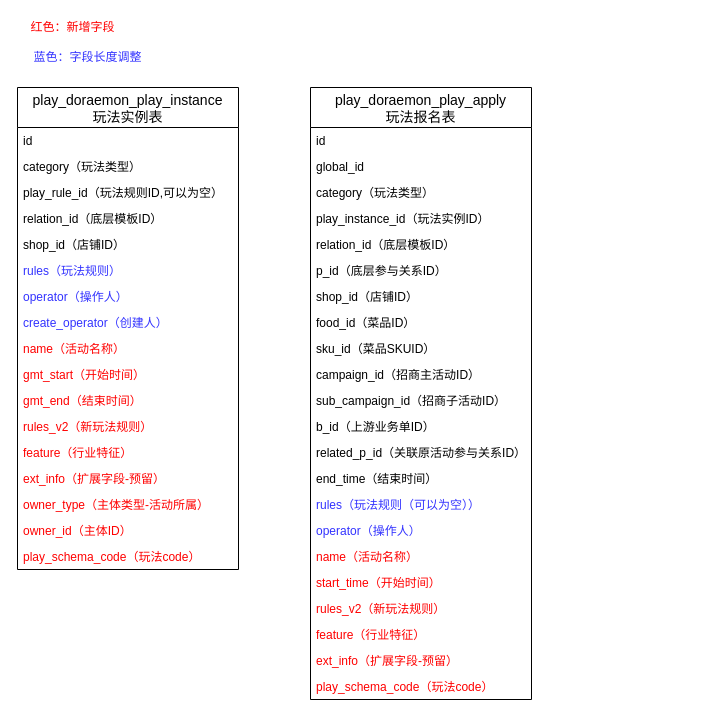
jon-kong/draw.io keeps this draw.io diagram as 营销架构升级.drawio. Above is the earlier version. Source tidied: cells renumbered, new cells numbered last; positions are measured from the earlier drawing's top-left corner, leaving out a move shared by most shapes. Both pictures are drawn from the tidied source at 100%, with x=0, y=0 at pixel (17, 17).
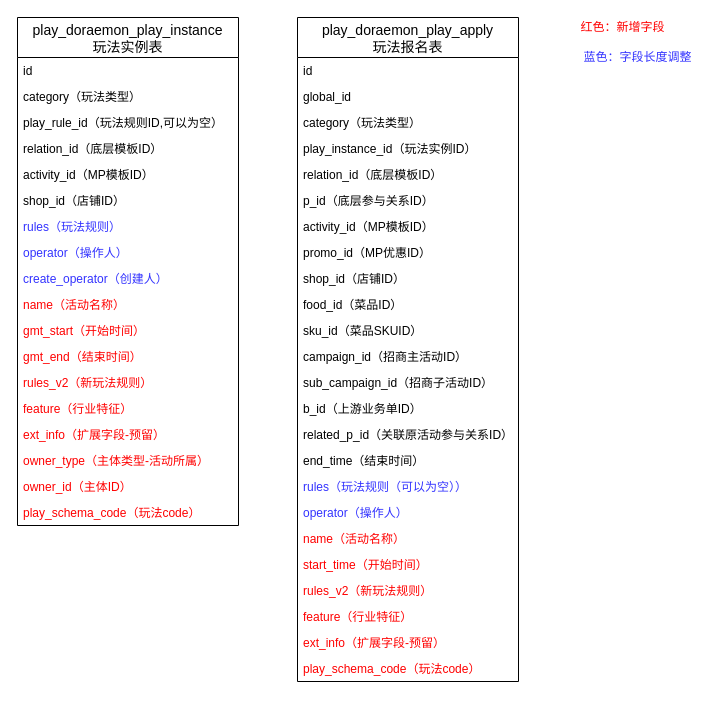
Above is the later version.

Commit message (it also covers changes not shown here):
Update 营销架构升级.drawio

Change to the diagram source:
```diff
@@
     <mxCell id="2" value="play_doraemon_play_instance&#10;玩法实例表" style="swimlane;fontStyle=0;horizontal=1;startSize=40;align=center;fontSize=14;" parent="1" vertex="1">
-      <mxGeometry y="70" width="221" height="482" as="geometry" />
+      <mxGeometry width="221" height="508" as="geometry" />
     </mxCell>
@@
+    <mxCell id="45" value="activity_id（MP模板ID）" style="text;strokeColor=none;fillColor=none;spacingLeft=4;spacingRight=4;overflow=hidden;fontSize=12;" parent="2" vertex="1">
+      <mxGeometry y="144" width="221" height="26" as="geometry" />
+    </mxCell>
     <mxCell id="7" value="shop_id（店铺ID）" style="text;strokeColor=none;fillColor=none;spacingLeft=4;spacingRight=4;overflow=hidden;fontSize=12;fontColor=#000000;" parent="2" vertex="1">
-      <mxGeometry y="144" width="221" height="26" as="geometry" />
+      <mxGeometry y="170" width="221" height="26" as="geometry" />
     </mxCell>
     <mxCell id="8" value="rules（玩法规则）" style="text;strokeColor=none;fillColor=none;spacingLeft=4;spacingRight=4;overflow=hidden;fontSize=12;fontColor=#3333FF;" parent="2" vertex="1">
-      <mxGeometry y="170" width="221" height="26" as="geometry" />
+      <mxGeometry y="196" width="221" height="26" as="geometry" />
     </mxCell>
     <mxCell id="9" value="operator（操作人）" style="text;strokeColor=none;fillColor=none;spacingLeft=4;spacingRight=4;overflow=hidden;fontSize=12;fontColor=#3333FF;" parent="2" vertex="1">
-      <mxGeometry y="196" width="221" height="26" as="geometry" />
+      <mxGeometry y="222" width="221" height="26" as="geometry" />
     </mxCell>
     <mxCell id="10" value="create_operator（创建人）" style="text;strokeColor=none;fillColor=none;spacingLeft=4;spacingRight=4;overflow=hidden;fontSize=12;fontColor=#3333FF;" parent="2" vertex="1">
-      <mxGeometry y="222" width="221" height="26" as="geometry" />
+      <mxGeometry y="248" width="221" height="26" as="geometry" />
     </mxCell>
     <mxCell id="11" value="name（活动名称）" style="text;strokeColor=none;fillColor=none;spacingLeft=4;spacingRight=4;overflow=hidden;fontSize=12;fontColor=#FF0000;" parent="2" vertex="1">
-      <mxGeometry y="248" width="221" height="26" as="geometry" />
+      <mxGeometry y="274" width="221" height="26" as="geometry" />
     </mxCell>
     <mxCell id="12" value="gmt_start（开始时间）" style="text;strokeColor=none;fillColor=none;spacingLeft=4;spacingRight=4;overflow=hidden;fontSize=12;fontColor=#FF0000;" parent="2" vertex="1">
-      <mxGeometry y="274" width="221" height="26" as="geometry" />
+      <mxGeometry y="300" width="221" height="26" as="geometry" />
     </mxCell>
     <mxCell id="13" value="gmt_end（结束时间）" style="text;strokeColor=none;fillColor=none;spacingLeft=4;spacingRight=4;overflow=hidden;fontSize=12;fontColor=#FF0000;" parent="2" vertex="1">
-      <mxGeometry y="300" width="221" height="26" as="geometry" />
+      <mxGeometry y="326" width="221" height="26" as="geometry" />
     </mxCell>
     <mxCell id="14" value="rules_v2（新玩法规则）" style="text;strokeColor=none;fillColor=none;spacingLeft=4;spacingRight=4;overflow=hidden;fontSize=12;fontColor=#FF0000;" parent="2" vertex="1">
-      <mxGeometry y="326" width="221" height="26" as="geometry" />
+      <mxGeometry y="352" width="221" height="26" as="geometry" />
     </mxCell>
     <mxCell id="15" value="feature（行业特征）" style="text;strokeColor=none;fillColor=none;spacingLeft=4;spacingRight=4;overflow=hidden;fontSize=12;fontColor=#FF0000;" parent="2" vertex="1">
-      <mxGeometry y="352" width="221" height="26" as="geometry" />
+      <mxGeometry y="378" width="221" height="26" as="geometry" />
     </mxCell>
     <mxCell id="16" value="ext_info（扩展字段-预留）" style="text;strokeColor=none;fillColor=none;spacingLeft=4;spacingRight=4;overflow=hidden;fontSize=12;fontColor=#FF0000;" parent="2" vertex="1">
-      <mxGeometry y="378" width="221" height="26" as="geometry" />
+      <mxGeometry y="404" width="221" height="26" as="geometry" />
     </mxCell>
     <mxCell id="17" value="owner_type（主体类型-活动所属）" style="text;strokeColor=none;fillColor=none;spacingLeft=4;spacingRight=4;overflow=hidden;fontSize=12;fontColor=#FF0000;" parent="2" vertex="1">
-      <mxGeometry y="404" width="221" height="26" as="geometry" />
+      <mxGeometry y="430" width="221" height="26" as="geometry" />
     </mxCell>
     <mxCell id="18" value="owner_id（主体ID）" style="text;strokeColor=none;fillColor=none;spacingLeft=4;spacingRight=4;overflow=hidden;fontSize=12;fontColor=#FF0000;" parent="2" vertex="1">
-      <mxGeometry y="430" width="221" height="26" as="geometry" />
+      <mxGeometry y="456" width="221" height="26" as="geometry" />
     </mxCell>
     <mxCell id="19" value="play_schema_code（玩法code）" style="text;strokeColor=none;fillColor=none;spacingLeft=4;spacingRight=4;overflow=hidden;fontSize=12;fontColor=#FF0000;" parent="2" vertex="1">
-      <mxGeometry y="456" width="221" height="26" as="geometry" />
+      <mxGeometry y="482" width="221" height="26" as="geometry" />
     </mxCell>
     <mxCell id="20" value="play_doraemon_play_apply&#10;玩法报名表" style="swimlane;fontStyle=0;horizontal=1;startSize=40;align=center;fontSize=14;" parent="1" vertex="1">
-      <mxGeometry x="293" y="70" width="221" height="612" as="geometry" />
+      <mxGeometry x="280" width="221" height="664" as="geometry" />
     </mxCell>
@@
+    <mxCell id="46" value="activity_id（MP模板ID）" style="text;strokeColor=none;fillColor=none;spacingLeft=4;spacingRight=4;overflow=hidden;fontSize=12;" parent="20" vertex="1">
+      <mxGeometry y="196" width="221" height="26" as="geometry" />
+    </mxCell>
+    <mxCell id="47" value="promo_id（MP优惠ID）" style="text;strokeColor=none;fillColor=none;spacingLeft=4;spacingRight=4;overflow=hidden;fontSize=12;" parent="20" vertex="1">
+      <mxGeometry y="222" width="221" height="26" as="geometry" />
+    </mxCell>
     <mxCell id="27" value="shop_id（店铺ID）" style="text;strokeColor=none;fillColor=none;spacingLeft=4;spacingRight=4;overflow=hidden;fontSize=12;fontColor=#000000;" parent="20" vertex="1">
-      <mxGeometry y="196" width="221" height="26" as="geometry" />
+      <mxGeometry y="248" width="221" height="26" as="geometry" />
     </mxCell>
     <mxCell id="28" value="food_id（菜品ID）" style="text;strokeColor=none;fillColor=none;spacingLeft=4;spacingRight=4;overflow=hidden;fontSize=12;fontColor=#000000;" parent="20" vertex="1">
-      <mxGeometry y="222" width="221" height="26" as="geometry" />
+      <mxGeometry y="274" width="221" height="26" as="geometry" />
     </mxCell>
     <mxCell id="29" value="sku_id（菜品SKUID）" style="text;strokeColor=none;fillColor=none;spacingLeft=4;spacingRight=4;overflow=hidden;fontSize=12;fontColor=#000000;" parent="20" vertex="1">
-      <mxGeometry y="248" width="221" height="26" as="geometry" />
+      <mxGeometry y="300" width="221" height="26" as="geometry" />
     </mxCell>
     <mxCell id="30" value="campaign_id（招商主活动ID）" style="text;strokeColor=none;fillColor=none;spacingLeft=4;spacingRight=4;overflow=hidden;fontSize=12;fontColor=#000000;" parent="20" vertex="1">
-      <mxGeometry y="274" width="221" height="26" as="geometry" />
+      <mxGeometry y="326" width="221" height="26" as="geometry" />
     </mxCell>
     <mxCell id="31" value="sub_campaign_id（招商子活动ID）" style="text;strokeColor=none;fillColor=none;spacingLeft=4;spacingRight=4;overflow=hidden;fontSize=12;fontColor=#000000;" parent="20" vertex="1">
-      <mxGeometry y="300" width="221" height="26" as="geometry" />
+      <mxGeometry y="352" width="221" height="26" as="geometry" />
     </mxCell>
     <mxCell id="32" value="b_id（上游业务单ID）" style="text;strokeColor=none;fillColor=none;spacingLeft=4;spacingRight=4;overflow=hidden;fontSize=12;fontColor=#000000;" parent="20" vertex="1">
-      <mxGeometry y="326" width="221" height="26" as="geometry" />
+      <mxGeometry y="378" width="221" height="26" as="geometry" />
     </mxCell>
     <mxCell id="33" value="related_p_id（关联原活动参与关系ID）" style="text;strokeColor=none;fillColor=none;spacingLeft=4;spacingRight=4;overflow=hidden;fontSize=12;fontColor=#000000;" parent="20" vertex="1">
-      <mxGeometry y="352" width="221" height="26" as="geometry" />
+      <mxGeometry y="404" width="221" height="26" as="geometry" />
     </mxCell>
     <mxCell id="34" value="end_time（结束时间）" style="text;strokeColor=none;fillColor=none;spacingLeft=4;spacingRight=4;overflow=hidden;fontSize=12;fontColor=#000000;" parent="20" vertex="1">
-      <mxGeometry y="378" width="221" height="26" as="geometry" />
+      <mxGeometry y="430" width="221" height="26" as="geometry" />
     </mxCell>
     <mxCell id="35" value="rules（玩法规则（可以为空））" style="text;strokeColor=none;fillColor=none;spacingLeft=4;spacingRight=4;overflow=hidden;fontSize=12;fontColor=#3333FF;" parent="20" vertex="1">
-      <mxGeometry y="404" width="221" height="26" as="geometry" />
+      <mxGeometry y="456" width="221" height="26" as="geometry" />
     </mxCell>
     <mxCell id="36" value="operator（操作人）" style="text;strokeColor=none;fillColor=none;spacingLeft=4;spacingRight=4;overflow=hidden;fontSize=12;fontColor=#3333FF;" parent="20" vertex="1">
-      <mxGeometry y="430" width="221" height="26" as="geometry" />
+      <mxGeometry y="482" width="221" height="26" as="geometry" />
     </mxCell>
     <mxCell id="37" value="name（活动名称）" style="text;strokeColor=none;fillColor=none;spacingLeft=4;spacingRight=4;overflow=hidden;fontSize=12;fontColor=#FF0000;" parent="20" vertex="1">
-      <mxGeometry y="456" width="221" height="26" as="geometry" />
+      <mxGeometry y="508" width="221" height="26" as="geometry" />
     </mxCell>
     <mxCell id="38" value="start_time（开始时间）" style="text;strokeColor=none;fillColor=none;spacingLeft=4;spacingRight=4;overflow=hidden;fontSize=12;fontColor=#FF0000;" parent="20" vertex="1">
-      <mxGeometry y="482" width="221" height="26" as="geometry" />
+      <mxGeometry y="534" width="221" height="26" as="geometry" />
     </mxCell>
     <mxCell id="39" value="rules_v2（新玩法规则）" style="text;strokeColor=none;fillColor=none;spacingLeft=4;spacingRight=4;overflow=hidden;fontSize=12;fontColor=#FF0000;" parent="20" vertex="1">
-      <mxGeometry y="508" width="221" height="26" as="geometry" />
+      <mxGeometry y="560" width="221" height="26" as="geometry" />
     </mxCell>
     <mxCell id="40" value="feature（行业特征）" style="text;strokeColor=none;fillColor=none;spacingLeft=4;spacingRight=4;overflow=hidden;fontSize=12;fontColor=#FF0000;" parent="20" vertex="1">
-      <mxGeometry y="534" width="221" height="26" as="geometry" />
+      <mxGeometry y="586" width="221" height="26" as="geometry" />
     </mxCell>
     <mxCell id="41" value="ext_info（扩展字段-预留）" style="text;strokeColor=none;fillColor=none;spacingLeft=4;spacingRight=4;overflow=hidden;fontSize=12;fontColor=#FF0000;" parent="20" vertex="1">
-      <mxGeometry y="560" width="221" height="26" as="geometry" />
+      <mxGeometry y="612" width="221" height="26" as="geometry" />
     </mxCell>
     <mxCell id="42" value="play_schema_code（玩法code）" style="text;strokeColor=none;fillColor=none;spacingLeft=4;spacingRight=4;overflow=hidden;fontSize=12;fontColor=#FF0000;" parent="20" vertex="1">
-      <mxGeometry y="586" width="221" height="26" as="geometry" />
+      <mxGeometry y="638" width="221" height="26" as="geometry" />
     </mxCell>
     <mxCell id="43" value="红色：新增字段" style="text;html=1;align=center;verticalAlign=middle;strokeColor=none;fillColor=none;fontColor=#FF0000;" parent="1" vertex="1">
-      <mxGeometry width="110" height="20" as="geometry" />
+      <mxGeometry x="550" width="110" height="20" as="geometry" />
     </mxCell>
     <mxCell id="44" value="蓝色：字段长度调整" style="text;html=1;align=center;verticalAlign=middle;strokeColor=none;fillColor=none;fontColor=#3333FF;" parent="1" vertex="1">
-      <mxGeometry y="30" width="140" height="20" as="geometry" />
+      <mxGeometry x="550" y="30" width="140" height="20" as="geometry" />
     </mxCell>
```
